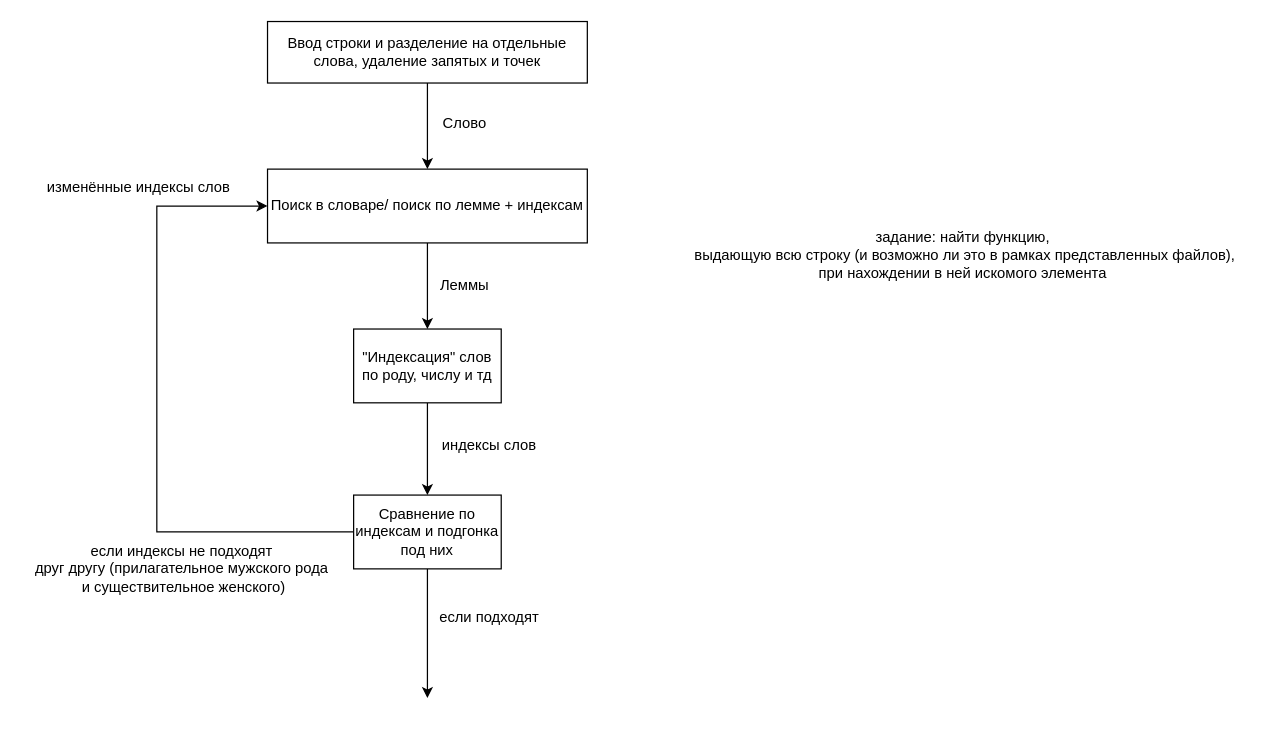
vdhudenkih/Diagrams keeps this draw.io diagram as Lemmatizer.drawio. Above is the earlier version. Source tidied: cells renumbered, new cells numbered last; positions are measured from the earlier drawing's top-left corner, leaving out a move shared by most shapes. Both pictures are drawn from the tidied source at 123%, with x=0, y=0 at pixel (21, 21).
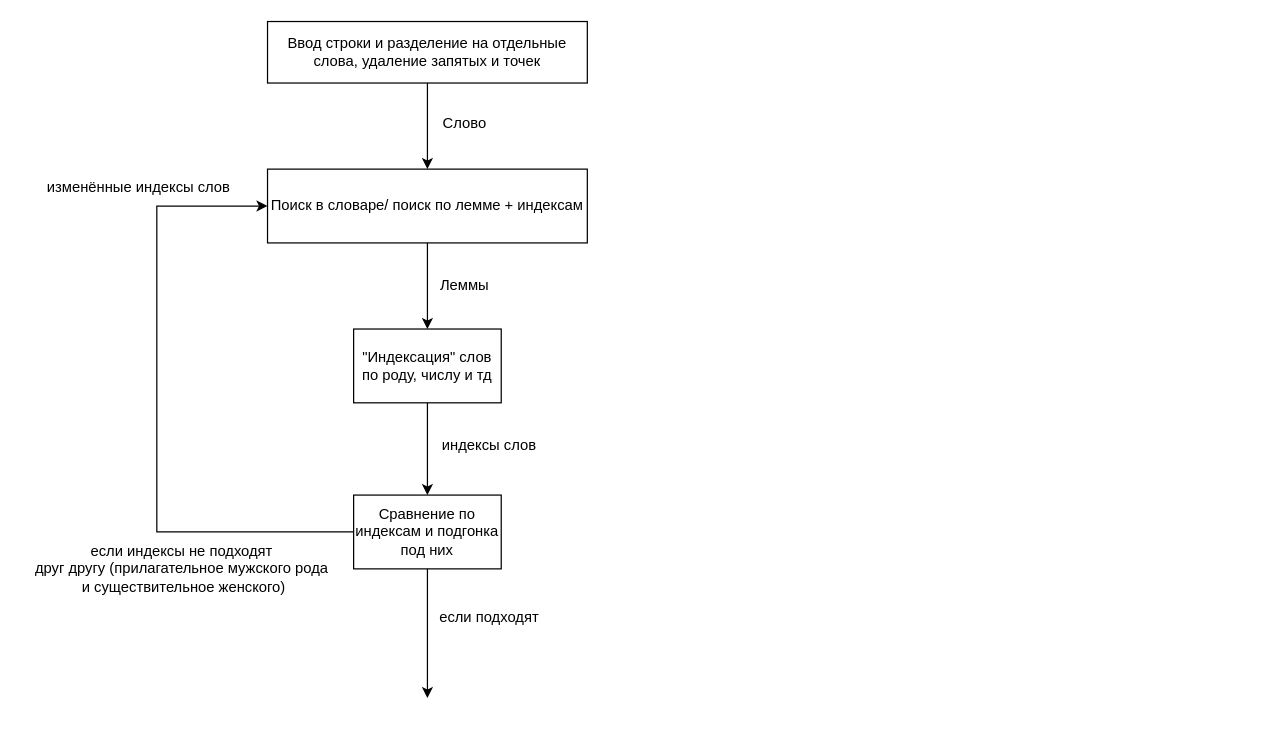
After the change.

Change to the diagram source:
```diff
@@
-    <mxCell id="17" value="задание: найти функцию,&lt;br&gt;&amp;nbsp;выдающую всю строку (и возможно ли это в рамках представленных файлов), &lt;br&gt;при нахождении в ней искомого элемента" style="text;html=1;align=center;verticalAlign=middle;strokeColor=none;fillColor=none;" parent="1" vertex="1">
-      <mxGeometry x="530" y="160" width="470" height="60" as="geometry" />
-    </mxCell>
```
